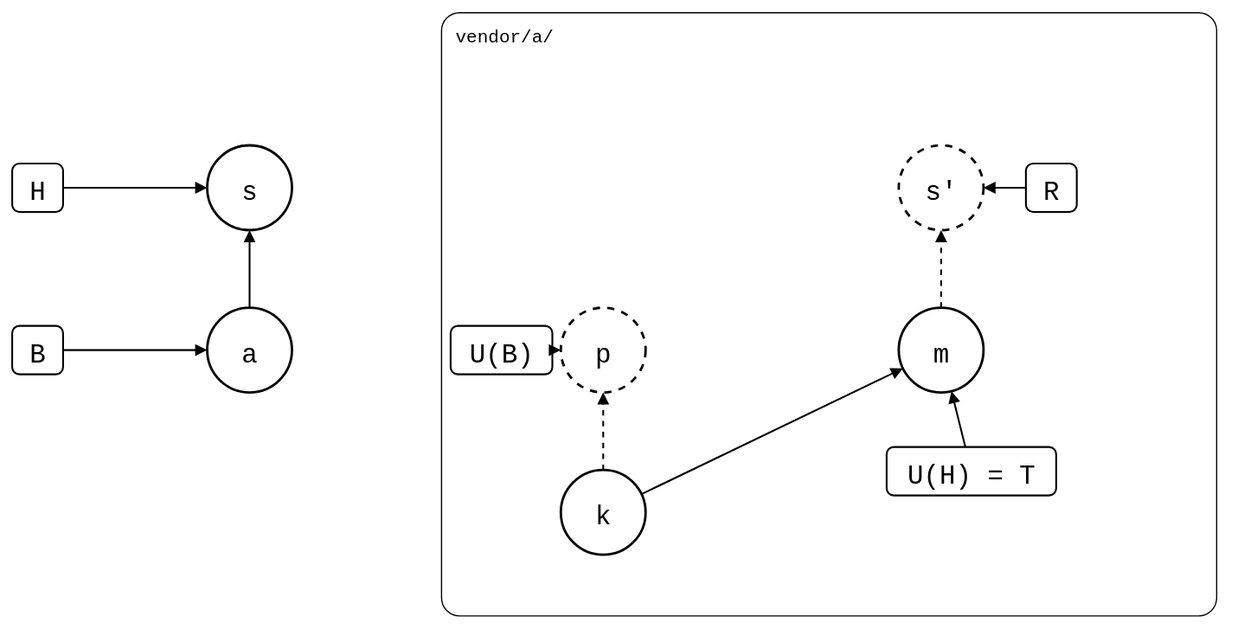
Before: test/scenarios/06-rewritten-history/04-patch-branch-rebased/02-squash-merged/squash-merged-proposed.drawio.svg, a diagram exported from draw.io (roschaefer/git-splice). Source tidied: cells renumbered, new cells last; positions are measured from the earlier drawing's top-left corner, leaving out a move shared by most shapes.
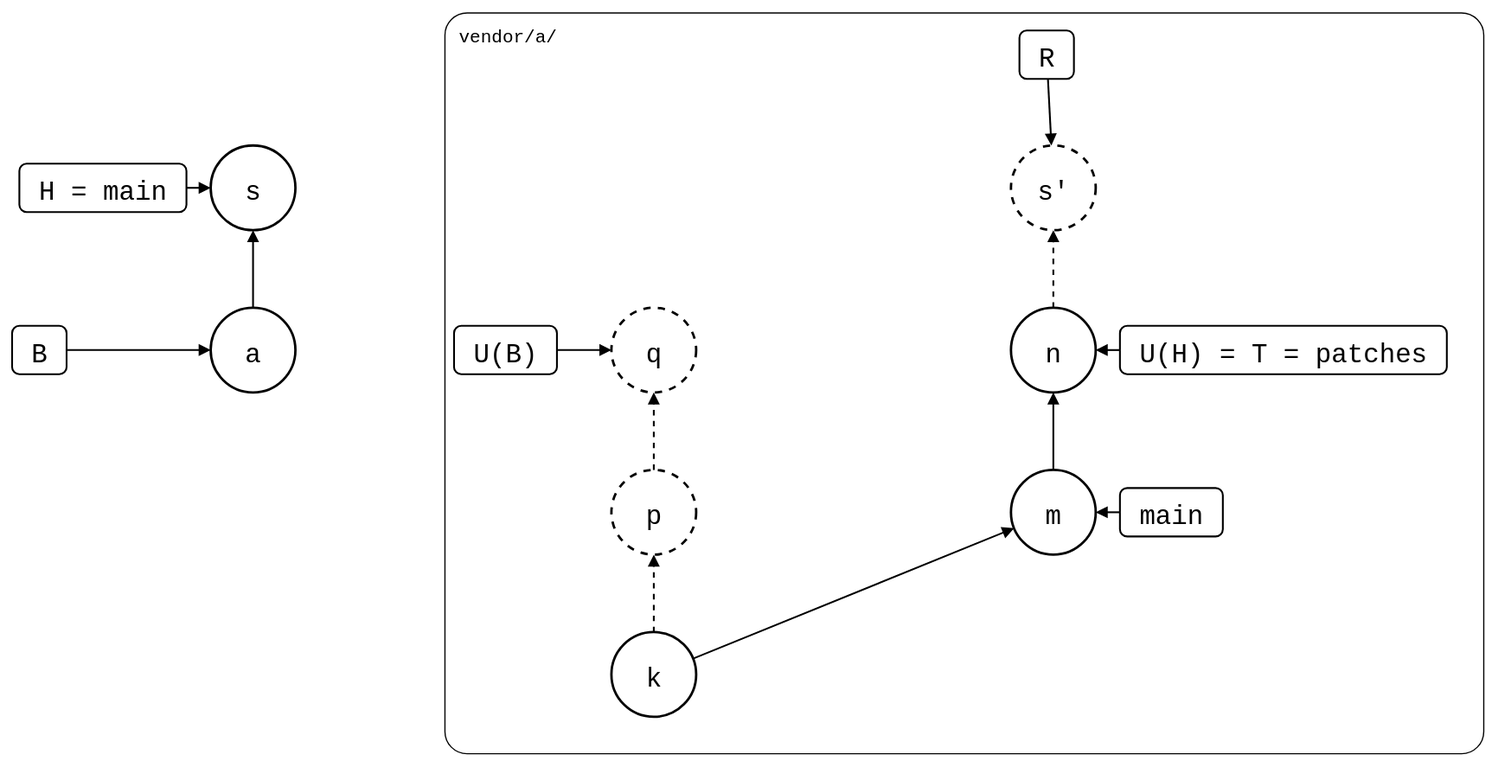
The same file after the commit.

Commit message:
test(scenarios): rebase a patch branch with two patches, branches named

Diff of the diagram source:
```diff
@@ -3,67 +3,85 @@
     <mxCell id="0" />
     <mxCell id="1" parent="0" />
     <mxCell id="2" value="vendor/a/" style="rounded=1;arcSize=3;fillColor=none;strokeWidth=1;fontSize=15;verticalAlign=top;align=left;spacingLeft=10;spacingTop=4;fontFamily=Roboto Mono,monospace;" parent="1" vertex="1">
-      <mxGeometry x="354" width="640" height="498" as="geometry" />
+      <mxGeometry x="354" width="858" height="612" as="geometry" />
     </mxCell>
+    <mxCell id="5" value="k" style="ellipse;strokeWidth=2;fontSize=22;fontFamily=Roboto Mono,monospace;" parent="1" vertex="1">
+      <mxGeometry x="492" y="512" width="70" height="70" as="geometry" />
+    </mxCell>
+    <mxCell id="6" value="p" style="ellipse;strokeWidth=2;fontSize=22;fontFamily=Roboto Mono,monospace;dashed=1;" parent="1" vertex="1">
+      <mxGeometry x="492" y="378" width="70" height="70" as="geometry" />
+    </mxCell>
+    <mxCell id="23" value="q" style="ellipse;strokeWidth=2;fontSize=22;fontFamily=Roboto Mono,monospace;dashed=1;" parent="1" vertex="1">
+      <mxGeometry x="492" y="244" width="70" height="70" as="geometry" />
+    </mxCell>
+    <mxCell id="7" value="m" style="ellipse;strokeWidth=2;fontSize=22;fontFamily=Roboto Mono,monospace;" parent="1" vertex="1">
+      <mxGeometry x="822" y="378" width="70" height="70" as="geometry" />
+    </mxCell>
+    <mxCell id="24" value="n" style="ellipse;strokeWidth=2;fontSize=22;fontFamily=Roboto Mono,monospace;" parent="1" vertex="1">
+      <mxGeometry x="822" y="244" width="70" height="70" as="geometry" />
+    </mxCell>
     <mxCell id="3" value="a" style="ellipse;strokeWidth=2;fontSize=22;fontFamily=Roboto Mono,monospace;" parent="1" vertex="1">
       <mxGeometry x="161" y="244" width="70" height="70" as="geometry" />
     </mxCell>
     <mxCell id="4" value="s" style="ellipse;strokeWidth=2;fontSize=22;fontFamily=Roboto Mono,monospace;" parent="1" vertex="1">
       <mxGeometry x="161" y="110" width="70" height="70" as="geometry" />
     </mxCell>
-    <mxCell id="5" value="k" style="ellipse;strokeWidth=2;fontSize=22;fontFamily=Roboto Mono,monospace;" parent="1" vertex="1">
-      <mxGeometry x="453" y="378" width="70" height="70" as="geometry" />
-    </mxCell>
-    <mxCell id="6" value="p" style="ellipse;strokeWidth=2;fontSize=22;fontFamily=Roboto Mono,monospace;dashed=1;" parent="1" vertex="1">
-      <mxGeometry x="453" y="244" width="70" height="70" as="geometry" />
-    </mxCell>
-    <mxCell id="7" value="m" style="ellipse;strokeWidth=2;fontSize=22;fontFamily=Roboto Mono,monospace;" parent="1" vertex="1">
-      <mxGeometry x="732" y="244" width="70" height="70" as="geometry" />
-    </mxCell>
     <mxCell id="8" value="s'" style="ellipse;strokeWidth=2;fontSize=22;fontFamily=Roboto Mono,monospace;dashed=1;" parent="1" vertex="1">
-      <mxGeometry x="732" y="110" width="70" height="70" as="geometry" />
+      <mxGeometry x="822" y="110" width="70" height="70" as="geometry" />
     </mxCell>
-    <mxCell id="9" value="H" style="rounded=1;strokeWidth=1.5;fontSize=22;fontFamily=Roboto Mono,monospace;" parent="1" vertex="1">
-      <mxGeometry y="125" width="42" height="40" as="geometry" />
+    <mxCell id="9" value="H = main" style="rounded=1;strokeWidth=1.5;fontSize=22;fontFamily=Roboto Mono,monospace;" parent="1" vertex="1">
+      <mxGeometry x="3" y="125" width="138" height="40" as="geometry" />
     </mxCell>
     <mxCell id="10" value="B" style="rounded=1;strokeWidth=1.5;fontSize=22;fontFamily=Roboto Mono,monospace;" parent="1" vertex="1">
-      <mxGeometry y="259" width="42" height="40" as="geometry" />
+      <mxGeometry x="-3" y="259" width="45" height="40" as="geometry" />
     </mxCell>
     <mxCell id="11" value="R" style="rounded=1;strokeWidth=1.5;fontSize=22;fontFamily=Roboto Mono,monospace;" parent="1" vertex="1">
-      <mxGeometry x="837" y="125" width="42" height="40" as="geometry" />
+      <mxGeometry x="829" y="15" width="45" height="40" as="geometry" />
     </mxCell>
     <mxCell id="12" value="U(B)" style="rounded=1;strokeWidth=1.5;fontSize=22;fontFamily=Roboto Mono,monospace;" parent="1" vertex="1">
-      <mxGeometry x="362" y="259" width="84" height="40" as="geometry" />
+      <mxGeometry x="362" y="259" width="85" height="40" as="geometry" />
     </mxCell>
-    <mxCell id="13" value="U(H) = T" style="rounded=1;strokeWidth=1.5;fontSize=22;fontFamily=Roboto Mono,monospace;" parent="1" vertex="1">
-      <mxGeometry x="722" y="359" width="140" height="40" as="geometry" />
-    </mxCell>
+    <mxCell id="25" value="main" style="rounded=1;strokeWidth=1.5;fontSize=22;fontFamily=Roboto Mono,monospace;" parent="1" vertex="1">
+      <mxGeometry x="912" y="393" width="85" height="40" as="geometry" />
+    </mxCell>
+    <mxCell id="26" value="U(H) = T = patches" style="rounded=1;strokeWidth=1.5;fontSize=22;fontFamily=Roboto Mono,monospace;" parent="1" vertex="1">
+      <mxGeometry x="912" y="259" width="270" height="40" as="geometry" />
+    </mxCell>
-    <mxCell id="14" style="endArrow=block;endFill=1;html=1;strokeWidth=1.5;rounded=0;" parent="1" edge="1" source="3" target="4">
+    <mxCell id="14" style="endArrow=block;endFill=1;html=1;strokeWidth=1.5;rounded=0;dashed=1;" parent="1" edge="1" source="5" target="6">
       <mxGeometry relative="1" as="geometry" />
     </mxCell>
-    <mxCell id="15" style="endArrow=block;endFill=1;html=1;strokeWidth=1.5;rounded=0;dashed=1;" parent="1" edge="1" source="5" target="6">
+    <mxCell id="15" style="endArrow=block;endFill=1;html=1;strokeWidth=1.5;rounded=0;dashed=1;" parent="1" edge="1" source="6" target="23">
       <mxGeometry relative="1" as="geometry" />
     </mxCell>
     <mxCell id="16" style="endArrow=block;endFill=1;html=1;strokeWidth=1.5;rounded=0;" parent="1" edge="1" source="5" target="7">
       <mxGeometry relative="1" as="geometry" />
     </mxCell>
-    <mxCell id="17" style="endArrow=block;endFill=1;html=1;strokeWidth=1.5;rounded=0;dashed=1;" parent="1" edge="1" source="7" target="8">
+    <mxCell id="17" style="endArrow=block;endFill=1;html=1;strokeWidth=1.5;rounded=0;" parent="1" edge="1" source="7" target="24">
       <mxGeometry relative="1" as="geometry" />
     </mxCell>
-    <mxCell id="18" style="endArrow=block;endFill=1;html=1;strokeWidth=1.5;rounded=0;" parent="1" edge="1" source="9" target="4">
+    <mxCell id="18" style="endArrow=block;endFill=1;html=1;strokeWidth=1.5;rounded=0;" parent="1" edge="1" source="3" target="4">
       <mxGeometry relative="1" as="geometry" />
     </mxCell>
-    <mxCell id="19" style="endArrow=block;endFill=1;html=1;strokeWidth=1.5;rounded=0;" parent="1" edge="1" source="10" target="3">
+    <mxCell id="19" style="endArrow=block;endFill=1;html=1;strokeWidth=1.5;rounded=0;dashed=1;" parent="1" edge="1" source="24" target="8">
       <mxGeometry relative="1" as="geometry" />
     </mxCell>
-    <mxCell id="20" style="endArrow=block;endFill=1;html=1;strokeWidth=1.5;rounded=0;" parent="1" edge="1" source="11" target="8">
+    <mxCell id="20" style="endArrow=block;endFill=1;html=1;strokeWidth=1.5;rounded=0;" parent="1" edge="1" source="9" target="4">
       <mxGeometry relative="1" as="geometry" />
     </mxCell>
-    <mxCell id="21" style="endArrow=block;endFill=1;html=1;strokeWidth=1.5;rounded=0;" parent="1" edge="1" source="12" target="6">
+    <mxCell id="21" style="endArrow=block;endFill=1;html=1;strokeWidth=1.5;rounded=0;" parent="1" edge="1" source="10" target="3">
       <mxGeometry relative="1" as="geometry" />
     </mxCell>
-    <mxCell id="22" style="endArrow=block;endFill=1;html=1;strokeWidth=1.5;rounded=0;" parent="1" edge="1" source="13" target="7">
+    <mxCell id="22" style="endArrow=block;endFill=1;html=1;strokeWidth=1.5;rounded=0;" parent="1" edge="1" source="11" target="8">
       <mxGeometry relative="1" as="geometry" />
     </mxCell>
+    <mxCell id="27" style="endArrow=block;endFill=1;html=1;strokeWidth=1.5;rounded=0;" parent="1" edge="1" source="12" target="23">
+      <mxGeometry relative="1" as="geometry" />
+    </mxCell>
+    <mxCell id="28" style="endArrow=block;endFill=1;html=1;strokeWidth=1.5;rounded=0;" parent="1" edge="1" source="25" target="7">
+      <mxGeometry relative="1" as="geometry" />
+    </mxCell>
+    <mxCell id="29" style="endArrow=block;endFill=1;html=1;strokeWidth=1.5;rounded=0;" parent="1" edge="1" source="26" target="24">
+      <mxGeometry relative="1" as="geometry" />
+    </mxCell>
   </root>
 </mxGraphModel>
```
